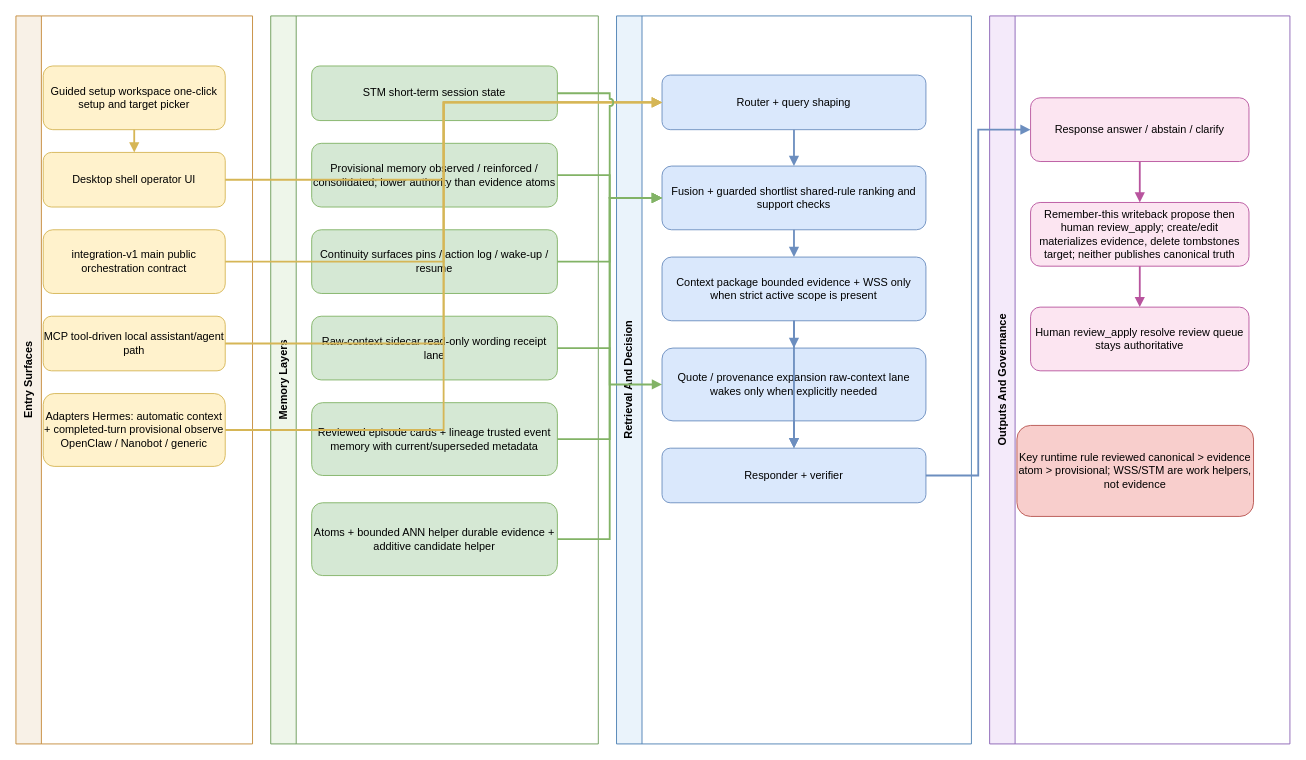
This is page "Engineering Runtime And Integration" (1 of 2) of docs/visuals/MNO_LAUNCH_RUNTIME_AND_INTEGRATION_2026-04-12.drawio from EmergentKnowledgeGroup/ModelNumquamOblita, a draw.io file, before an edit. Source tidied: cells renumbered, new cells numbered last; positions are measured from the earlier drawing's top-left corner, leaving out a move shared by most shapes. Both pictures are drawn from the tidied source at 91%, with x=0, y=0 at pixel (15, 15).
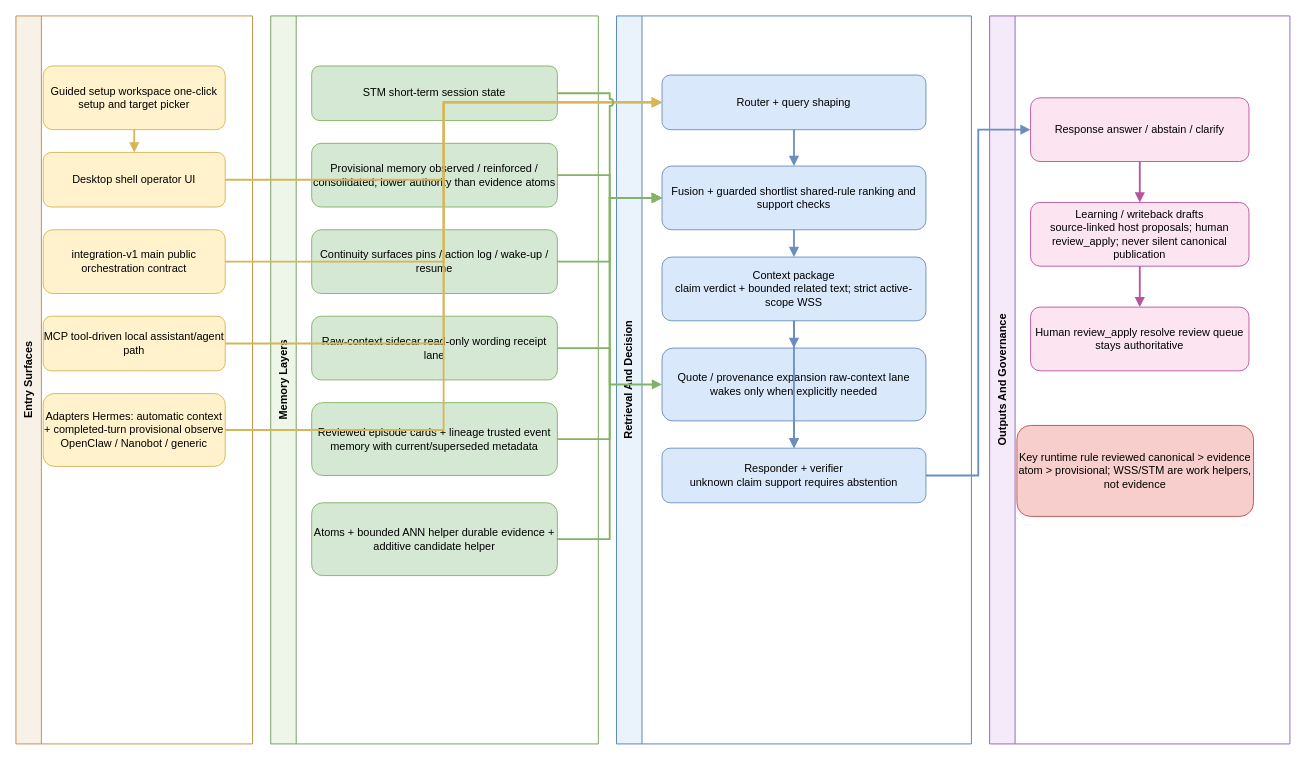
The same page after the edit.

Change to the diagram source:
```diff
@@
-    <mxCell id="19" value="Context package&amp;#10;bounded evidence + WSS only when strict active scope is present" style="rounded=1;whiteSpace=wrap;html=1;fillColor=#dae8fc;strokeColor=#6c8ebf;" parent="1" vertex="1">
+    <mxCell id="19" value="Context package&#10;claim verdict + bounded related text; strict active-scope WSS" style="rounded=1;whiteSpace=wrap;html=1;fillColor=#dae8fc;strokeColor=#6c8ebf;" parent="1" vertex="1">
       <mxGeometry x="710" y="265" width="290" height="70" as="geometry" />
     </mxCell>
@@
-    <mxCell id="21" value="Responder + verifier" style="rounded=1;whiteSpace=wrap;html=1;fillColor=#dae8fc;strokeColor=#6c8ebf;" parent="1" vertex="1">
+    <mxCell id="21" value="Responder + verifier&#10;unknown claim support requires abstention" style="rounded=1;whiteSpace=wrap;html=1;fillColor=#dae8fc;strokeColor=#6c8ebf;" parent="1" vertex="1">
       <mxGeometry x="710" y="475" width="290" height="60" as="geometry" />
     </mxCell>
@@
-    <mxCell id="23" value="Remember-this writeback&amp;#10;propose then human review_apply; create/edit materializes evidence, delete tombstones target; neither publishes canonical truth" style="rounded=1;whiteSpace=wrap;html=1;fillColor=#fce5f1;strokeColor=#b8549e;" parent="1" vertex="1">
+    <mxCell id="23" value="Learning / writeback drafts&#10;source-linked host proposals; human review_apply; never silent canonical publication" style="rounded=1;whiteSpace=wrap;html=1;fillColor=#fce5f1;strokeColor=#b8549e;" parent="1" vertex="1">
       <mxGeometry x="1115" y="205" width="240" height="70" as="geometry" />
     </mxCell>
```
